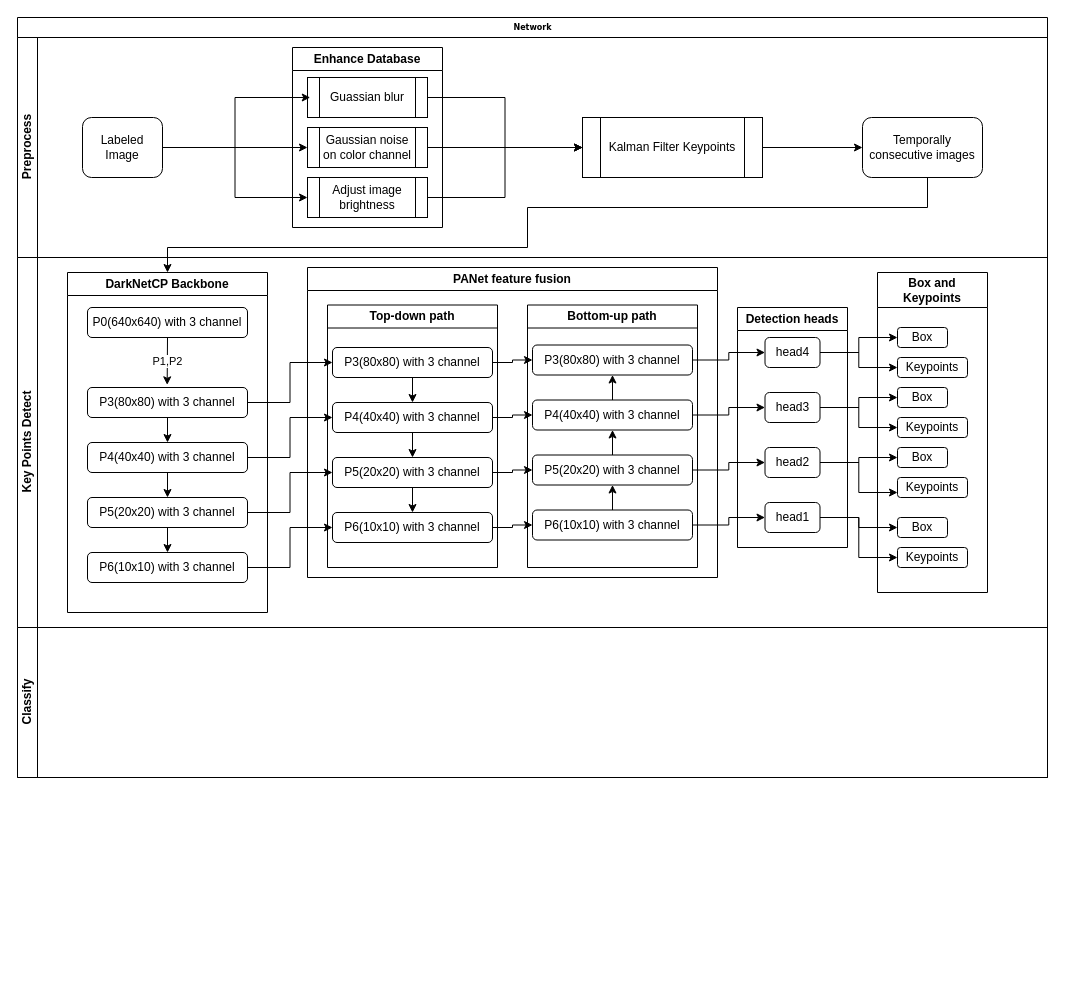
onemotre/HumanPoseClassify keeps this draw.io diagram as NetDesign.drawio. Above is the earlier version. Source tidied: cells renumbered, new cells numbered last; positions are measured from the earlier drawing's top-left corner, leaving out a move shared by most shapes. Both pictures are drawn from the tidied source at 100%, with x=0, y=0 at pixel (17, 17).
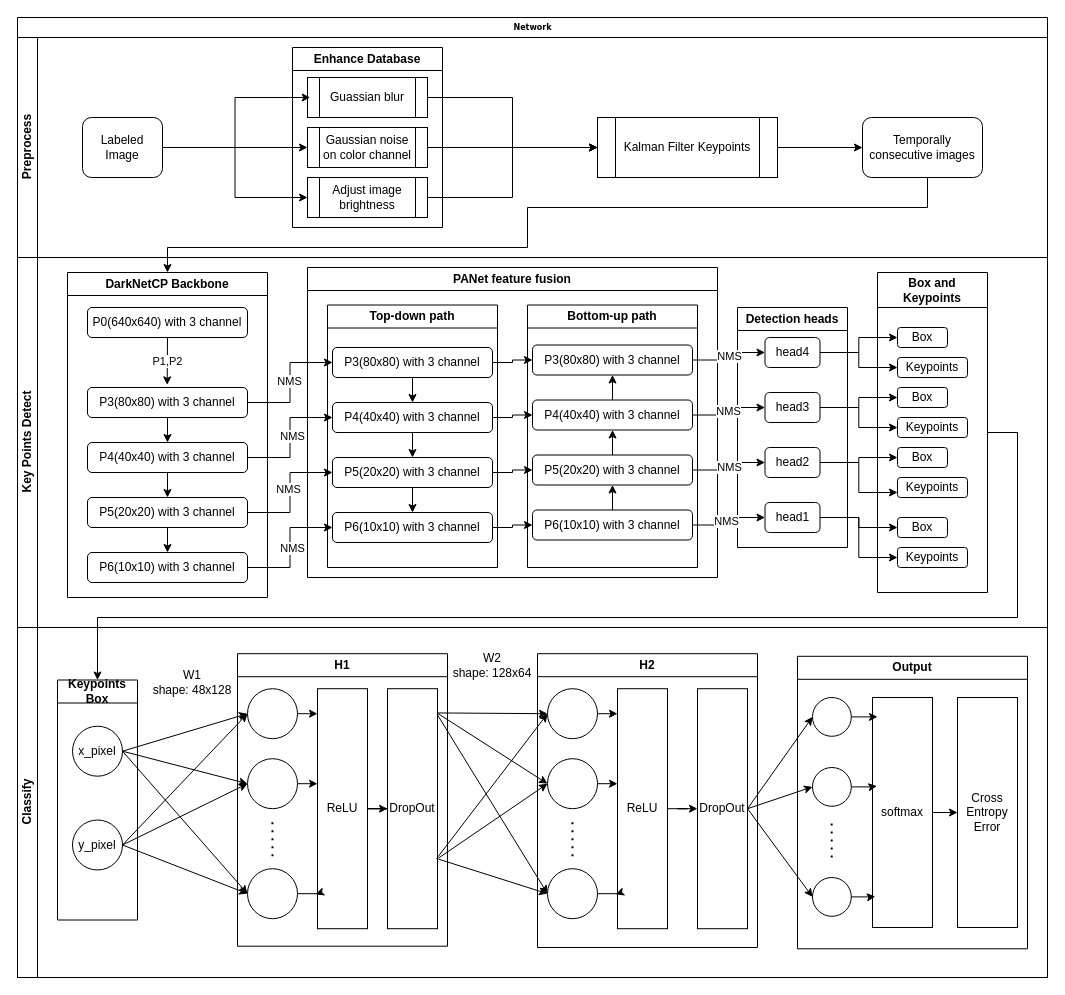
The same page after the edit.

Unchanged cells that the change refers to:
```xml
<mxCell id="3" value="Preprocess" style="swimlane;html=1;startSize=20;horizontal=0;" parent="2" vertex="1">
  <mxGeometry y="20" width="1030" height="220" as="geometry" />
</mxCell>
<mxCell id="17" value="&lt;span lang=&quot;en&quot; class=&quot;HwtZe&quot;&gt;&lt;span class=&quot;jCAhz ChMk0b&quot;&gt;&lt;span class=&quot;ryNqvb&quot;&gt;Temporally consecutive images&lt;/span&gt;&lt;/span&gt;&lt;/span&gt;" style="rounded=1;whiteSpace=wrap;html=1;" parent="3" vertex="1">
  <mxGeometry x="845" y="80" width="120" height="60" as="geometry" />
</mxCell>
<mxCell id="18" value="Key Points Detect" style="swimlane;html=1;startSize=20;horizontal=0;" parent="2" vertex="1">
  <mxGeometry y="240" width="1030" height="370" as="geometry" />
</mxCell>
<mxCell id="51" style="edgeStyle=orthogonalEdgeStyle;rounded=0;jettySize=auto;html=1;entryX=0;entryY=0.5;entryDx=0;entryDy=0;" parent="18" edge="1" source="22" target="33">
  <mxGeometry relative="1" as="geometry" />
</mxCell>
<mxCell id="52" style="edgeStyle=orthogonalEdgeStyle;rounded=0;jettySize=auto;html=1;exitX=1;exitY=0.5;exitDx=0;exitDy=0;entryX=0;entryY=0.5;entryDx=0;entryDy=0;" parent="18" edge="1" source="26" target="35">
  <mxGeometry relative="1" as="geometry" />
</mxCell>
<mxCell id="53" style="edgeStyle=orthogonalEdgeStyle;rounded=0;jettySize=auto;html=1;exitX=1;exitY=0.5;exitDx=0;exitDy=0;entryX=0;entryY=0.5;entryDx=0;entryDy=0;" parent="18" edge="1" source="28" target="37">
  <mxGeometry relative="1" as="geometry" />
</mxCell>
<mxCell id="54" style="edgeStyle=orthogonalEdgeStyle;rounded=0;jettySize=auto;html=1;exitX=1;exitY=0.5;exitDx=0;exitDy=0;entryX=0;entryY=0.5;entryDx=0;entryDy=0;" parent="18" edge="1" source="29" target="38">
  <mxGeometry relative="1" as="geometry" />
</mxCell>
<mxCell id="60" value="Box and Keypoints" style="swimlane;whiteSpace=wrap;html=1;startSize=35;" parent="18" vertex="1">
  <mxGeometry x="860" y="15" width="110" height="320" as="geometry" />
</mxCell>
<mxCell id="77" style="edgeStyle=orthogonalEdgeStyle;rounded=0;jettySize=auto;html=1;" parent="18" edge="1" source="40" target="56">
  <mxGeometry relative="1" as="geometry" />
</mxCell>
<mxCell id="78" style="edgeStyle=orthogonalEdgeStyle;rounded=0;jettySize=auto;html=1;entryX=0;entryY=0.5;entryDx=0;entryDy=0;" parent="18" edge="1" source="42" target="57">
  <mxGeometry relative="1" as="geometry" />
</mxCell>
<mxCell id="79" style="edgeStyle=orthogonalEdgeStyle;rounded=0;jettySize=auto;html=1;entryX=0;entryY=0.5;entryDx=0;entryDy=0;" parent="18" edge="1" source="44" target="58">
  <mxGeometry relative="1" as="geometry" />
</mxCell>
<mxCell id="80" style="edgeStyle=orthogonalEdgeStyle;rounded=0;jettySize=auto;html=1;" parent="18" edge="1" source="46" target="59">
  <mxGeometry relative="1" as="geometry" />
</mxCell>
```

What changed in the source:
```diff
@@
     <mxCell id="2" value="Network" style="swimlane;html=1;horizontal=1;startSize=20;rounded=0;shadow=0;labelBackgroundColor=none;strokeWidth=1;fontFamily=Verdana;fontSize=8;align=center;" parent="1" vertex="1">
-      <mxGeometry width="1030" height="760" as="geometry" />
+      <mxGeometry width="1030" height="960" as="geometry" />
     </mxCell>
@@
     <mxCell id="8" value="Kalman Filter Keypoints" style="shape=process;whiteSpace=wrap;html=1;backgroundOutline=1;" parent="3" vertex="1">
-      <mxGeometry x="565" y="80" width="180" height="60" as="geometry" />
+      <mxGeometry x="580" y="80" width="180" height="60" as="geometry" />
     </mxCell>
@@
     <mxCell id="19" value="DarkNetCP Backbone" style="swimlane;whiteSpace=wrap;html=1;" parent="18" vertex="1">
-      <mxGeometry x="50" y="15" width="200" height="340" as="geometry" />
+      <mxGeometry x="50" y="15" width="200" height="325" as="geometry" />
     </mxCell>
@@
+    <mxCell id="83" value="NMS" style="edgeLabel;html=1;align=center;verticalAlign=middle;" parent="51" vertex="1">
+      <mxGeometry x="0.03" y="1" relative="1" as="geometry" />
+    </mxCell>
@@
+    <mxCell id="84" value="NMS" style="edgeLabel;html=1;align=center;verticalAlign=middle;" parent="52" vertex="1">
+      <mxGeometry x="0.02" y="-2" relative="1" as="geometry" />
+    </mxCell>
@@
+    <mxCell id="85" value="NMS" style="edgeLabel;html=1;align=center;verticalAlign=middle;" parent="53" vertex="1">
+      <mxGeometry x="0.05" y="2" relative="1" as="geometry" />
+    </mxCell>
@@
+    <mxCell id="86" value="NMS" style="edgeLabel;html=1;align=center;verticalAlign=middle;" parent="54" vertex="1">
+      <mxGeometry x="-0.01" y="-2" relative="1" as="geometry" />
+    </mxCell>
@@
+    <mxCell id="87" value="NMS" style="edgeLabel;html=1;align=center;verticalAlign=middle;" parent="77" vertex="1">
+      <mxGeometry x="0.01" relative="1" as="geometry" />
+    </mxCell>
@@
+    <mxCell id="88" value="NMS" style="edgeLabel;html=1;align=center;verticalAlign=middle;" parent="78" vertex="1">
+      <mxGeometry y="1" relative="1" as="geometry" />
+    </mxCell>
@@
+    <mxCell id="89" value="NMS" style="edgeLabel;html=1;align=center;verticalAlign=middle;" parent="79" vertex="1">
+      <mxGeometry x="-0.03" relative="1" as="geometry" />
+    </mxCell>
@@
+    <mxCell id="90" value="NMS" style="edgeLabel;html=1;align=center;verticalAlign=middle;" parent="80" vertex="1">
+      <mxGeometry x="-0.01" y="3" relative="1" as="geometry" />
+    </mxCell>
+    <mxCell id="82" style="edgeStyle=orthogonalEdgeStyle;rounded=0;jettySize=auto;html=1;entryX=0.5;entryY=0;entryDx=0;entryDy=0;exitX=0.5;exitY=1;exitDx=0;exitDy=0;" parent="2" edge="1" source="17" target="19">
+      <mxGeometry relative="1" as="geometry">
+        <Array as="points">
+          <mxPoint x="910" y="160" />
+          <mxPoint x="910" y="190" />
+          <mxPoint x="510" y="190" />
+          <mxPoint x="510" y="230" />
+          <mxPoint x="150" y="230" />
+        </Array>
+      </mxGeometry>
+    </mxCell>
     <mxCell id="81" value="Classify" style="swimlane;html=1;startSize=20;horizontal=0;" parent="2" vertex="1">
-      <mxGeometry y="610" width="1030" height="150" as="geometry" />
+      <mxGeometry y="610" width="1030" height="350" as="geometry" />
     </mxCell>
-    <mxCell id="82" style="edgeStyle=orthogonalEdgeStyle;rounded=0;jettySize=auto;html=1;entryX=0.5;entryY=0;entryDx=0;entryDy=0;exitX=0.5;exitY=1;exitDx=0;exitDy=0;" parent="2" edge="1" source="17" target="19">
-      <mxGeometry relative="1" as="geometry">
-        <Array as="points">
-          <mxPoint x="910" y="160" />
-          <mxPoint x="910" y="190" />
-          <mxPoint x="510" y="190" />
-          <mxPoint x="510" y="230" />
-          <mxPoint x="150" y="230" />
-        </Array>
-      </mxGeometry>
-    </mxCell>
+    <mxCell id="91" value="&lt;div&gt;H1&lt;/div&gt;" style="swimlane;whiteSpace=wrap;html=1;" parent="81" vertex="1">
+      <mxGeometry x="220" y="26.2" width="210" height="292.5" as="geometry" />
+    </mxCell>
+    <mxCell id="92" style="ellipse;whiteSpace=wrap;html=1;" parent="91" vertex="1">
+      <mxGeometry x="10" y="35" width="50" height="50" as="geometry" />
+    </mxCell>
+    <mxCell id="93" style="ellipse;whiteSpace=wrap;html=1;" parent="91" vertex="1">
+      <mxGeometry x="10" y="105" width="50" height="50" as="geometry" />
+    </mxCell>
+    <mxCell id="94" style="endArrow=none;dashed=1;html=1;dashPattern=1 3;strokeWidth=2;rounded=0;" parent="91" edge="1">
+      <mxGeometry relative="1" as="geometry">
+        <mxPoint x="35" y="202.5" as="sourcePoint" />
+        <mxPoint x="34.8" y="162.5" as="targetPoint" />
+        <Array as="points">
+          <mxPoint x="35" y="172.5" />
+        </Array>
+      </mxGeometry>
+    </mxCell>
+    <mxCell id="95" style="ellipse;whiteSpace=wrap;html=1;" parent="91" vertex="1">
+      <mxGeometry x="10" y="215" width="50" height="50" as="geometry" />
+    </mxCell>
+    <mxCell id="96" style="edgeStyle=orthogonalEdgeStyle;rounded=0;jettySize=auto;html=1;" parent="91" edge="1" source="97" target="101">
+      <mxGeometry relative="1" as="geometry" />
+    </mxCell>
+    <mxCell id="97" value="ReLU" style="rounded=0;whiteSpace=wrap;html=1;" parent="91" vertex="1">
+      <mxGeometry x="80" y="35" width="50" height="240" as="geometry" />
+    </mxCell>
+    <mxCell id="98" style="edgeStyle=orthogonalEdgeStyle;rounded=0;jettySize=auto;html=1;entryX=-0.01;entryY=0.107;entryDx=0;entryDy=0;entryPerimeter=0;" parent="91" edge="1" source="92" target="97">
+      <mxGeometry relative="1" as="geometry" />
+    </mxCell>
+    <mxCell id="99" style="edgeStyle=orthogonalEdgeStyle;rounded=0;jettySize=auto;html=1;exitX=1;exitY=0.5;exitDx=0;exitDy=0;entryX=0;entryY=0.397;entryDx=0;entryDy=0;entryPerimeter=0;" parent="91" edge="1" source="93" target="97">
+      <mxGeometry relative="1" as="geometry" />
+    </mxCell>
+    <mxCell id="100" style="edgeStyle=orthogonalEdgeStyle;rounded=0;jettySize=auto;html=1;entryX=-0.038;entryY=0.857;entryDx=0;entryDy=0;entryPerimeter=0;" parent="91" edge="1" source="95" target="97">
+      <mxGeometry relative="1" as="geometry" />
+    </mxCell>
+    <mxCell id="101" value="DropOut" style="rounded=0;whiteSpace=wrap;html=1;" parent="91" vertex="1">
+      <mxGeometry x="150" y="35" width="50" height="240" as="geometry" />
+    </mxCell>
+    <mxCell id="102" style="endArrow=classic;html=1;rounded=0;exitX=1;exitY=0.5;exitDx=0;exitDy=0;entryX=0;entryY=0.5;entryDx=0;entryDy=0;" parent="81" edge="1" source="106" target="92">
+      <mxGeometry relative="1" as="geometry" />
+    </mxCell>
+    <mxCell id="103" style="endArrow=classic;html=1;rounded=0;exitX=1;exitY=0.5;exitDx=0;exitDy=0;entryX=0;entryY=0.5;entryDx=0;entryDy=0;" parent="81" edge="1" source="106" target="93">
+      <mxGeometry relative="1" as="geometry" />
+    </mxCell>
+    <mxCell id="104" style="endArrow=classic;html=1;rounded=0;exitX=1;exitY=0.5;exitDx=0;exitDy=0;entryX=0;entryY=0.5;entryDx=0;entryDy=0;" parent="81" edge="1" source="106" target="95">
+      <mxGeometry relative="1" as="geometry" />
+    </mxCell>
+    <mxCell id="105" value="Keypoints Box" style="swimlane;whiteSpace=wrap;html=1;" parent="81" vertex="1">
+      <mxGeometry x="40" y="52.5" width="80" height="240" as="geometry" />
+    </mxCell>
+    <mxCell id="106" value="x_pixel" style="ellipse;whiteSpace=wrap;html=1;" parent="105" vertex="1">
+      <mxGeometry x="15" y="46.2" width="50" height="50" as="geometry" />
+    </mxCell>
+    <mxCell id="107" value="y_pixel" style="ellipse;whiteSpace=wrap;html=1;" parent="105" vertex="1">
+      <mxGeometry x="15" y="140" width="50" height="50" as="geometry" />
+    </mxCell>
+    <mxCell id="108" value="&lt;div&gt;W1&lt;/div&gt;&lt;div&gt;shape: 48x128&lt;br&gt;&lt;/div&gt;" style="text;html=1;align=center;verticalAlign=middle;whiteSpace=wrap;rounded=0;" parent="81" vertex="1">
+      <mxGeometry x="130" y="40" width="90" height="30" as="geometry" />
+    </mxCell>
+    <mxCell id="109" style="endArrow=classic;html=1;rounded=0;exitX=1;exitY=0.5;exitDx=0;exitDy=0;entryX=0;entryY=0.5;entryDx=0;entryDy=0;" parent="81" edge="1" source="107" target="92">
+      <mxGeometry relative="1" as="geometry" />
+    </mxCell>
+    <mxCell id="110" style="endArrow=classic;html=1;rounded=0;exitX=1;exitY=0.5;exitDx=0;exitDy=0;entryX=0;entryY=0.5;entryDx=0;entryDy=0;" parent="81" edge="1" source="107" target="93">
+      <mxGeometry relative="1" as="geometry" />
+    </mxCell>
+    <mxCell id="111" style="endArrow=classic;html=1;rounded=0;exitX=1;exitY=0.5;exitDx=0;exitDy=0;entryX=0;entryY=0.5;entryDx=0;entryDy=0;" parent="81" edge="1" source="107" target="95">
+      <mxGeometry relative="1" as="geometry" />
+    </mxCell>
+    <mxCell id="112" value="H2" style="swimlane;whiteSpace=wrap;html=1;" parent="81" vertex="1">
+      <mxGeometry x="520" y="26.2" width="220" height="293.8" as="geometry" />
+    </mxCell>
+    <mxCell id="113" style="ellipse;whiteSpace=wrap;html=1;" parent="112" vertex="1">
+      <mxGeometry x="10" y="35" width="50" height="50" as="geometry" />
+    </mxCell>
+    <mxCell id="114" style="ellipse;whiteSpace=wrap;html=1;" parent="112" vertex="1">
+      <mxGeometry x="10" y="105" width="50" height="50" as="geometry" />
+    </mxCell>
+    <mxCell id="115" style="endArrow=none;dashed=1;html=1;dashPattern=1 3;strokeWidth=2;rounded=0;" parent="112" edge="1">
+      <mxGeometry relative="1" as="geometry">
+        <mxPoint x="35" y="202.5" as="sourcePoint" />
+        <mxPoint x="34.8" y="162.5" as="targetPoint" />
+        <Array as="points">
+          <mxPoint x="35" y="172.5" />
+        </Array>
+      </mxGeometry>
+    </mxCell>
+    <mxCell id="116" style="ellipse;whiteSpace=wrap;html=1;" parent="112" vertex="1">
+      <mxGeometry x="10" y="215" width="50" height="50" as="geometry" />
+    </mxCell>
+    <mxCell id="117" style="edgeStyle=orthogonalEdgeStyle;rounded=0;jettySize=auto;html=1;" parent="112" edge="1" source="118" target="122">
+      <mxGeometry relative="1" as="geometry" />
+    </mxCell>
+    <mxCell id="118" value="ReLU" style="rounded=0;whiteSpace=wrap;html=1;" parent="112" vertex="1">
+      <mxGeometry x="80" y="35" width="50" height="240" as="geometry" />
+    </mxCell>
+    <mxCell id="119" style="edgeStyle=orthogonalEdgeStyle;rounded=0;jettySize=auto;html=1;entryX=-0.01;entryY=0.107;entryDx=0;entryDy=0;entryPerimeter=0;" parent="112" edge="1" source="113" target="118">
+      <mxGeometry relative="1" as="geometry" />
+    </mxCell>
+    <mxCell id="120" style="edgeStyle=orthogonalEdgeStyle;rounded=0;jettySize=auto;html=1;exitX=1;exitY=0.5;exitDx=0;exitDy=0;entryX=0;entryY=0.397;entryDx=0;entryDy=0;entryPerimeter=0;" parent="112" edge="1" source="114" target="118">
+      <mxGeometry relative="1" as="geometry" />
+    </mxCell>
+    <mxCell id="121" style="edgeStyle=orthogonalEdgeStyle;rounded=0;jettySize=auto;html=1;entryX=-0.038;entryY=0.857;entryDx=0;entryDy=0;entryPerimeter=0;" parent="112" edge="1" source="116" target="118">
+      <mxGeometry relative="1" as="geometry" />
+    </mxCell>
+    <mxCell id="122" value="DropOut" style="rounded=0;whiteSpace=wrap;html=1;" parent="112" vertex="1">
+      <mxGeometry x="160" y="35" width="50" height="240" as="geometry" />
+    </mxCell>
+    <mxCell id="123" style="endArrow=classic;html=1;rounded=0;exitX=1.01;exitY=0.101;exitDx=0;exitDy=0;exitPerimeter=0;entryX=0;entryY=0.5;entryDx=0;entryDy=0;" parent="81" edge="1" source="101" target="113">
+      <mxGeometry relative="1" as="geometry" />
+    </mxCell>
+    <mxCell id="124" style="endArrow=classic;html=1;rounded=0;exitX=0.99;exitY=0.101;exitDx=0;exitDy=0;exitPerimeter=0;entryX=0;entryY=0.5;entryDx=0;entryDy=0;" parent="81" edge="1" source="101" target="114">
+      <mxGeometry relative="1" as="geometry" />
+    </mxCell>
+    <mxCell id="125" style="endArrow=classic;html=1;rounded=0;entryX=0;entryY=0.5;entryDx=0;entryDy=0;exitX=1;exitY=0.109;exitDx=0;exitDy=0;exitPerimeter=0;" parent="81" edge="1" source="101" target="116">
+      <mxGeometry relative="1" as="geometry" />
+    </mxCell>
+    <mxCell id="126" style="endArrow=classic;html=1;rounded=0;entryX=0;entryY=0.5;entryDx=0;entryDy=0;exitX=1.019;exitY=0.706;exitDx=0;exitDy=0;exitPerimeter=0;" parent="81" edge="1" source="101" target="114">
+      <mxGeometry relative="1" as="geometry" />
+    </mxCell>
+    <mxCell id="127" style="endArrow=classic;html=1;rounded=0;entryX=0;entryY=0.5;entryDx=0;entryDy=0;exitX=1.019;exitY=0.71;exitDx=0;exitDy=0;exitPerimeter=0;" parent="81" edge="1" source="101" target="116">
+      <mxGeometry relative="1" as="geometry" />
+    </mxCell>
+    <mxCell id="128" value="&lt;div&gt;W2&lt;/div&gt;&lt;div&gt;shape: 128x64&lt;br&gt;&lt;/div&gt;" style="text;html=1;align=center;verticalAlign=middle;whiteSpace=wrap;rounded=0;" parent="81" vertex="1">
+      <mxGeometry x="430" y="22.5" width="90" height="30" as="geometry" />
+    </mxCell>
+    <mxCell id="129" style="endArrow=classic;html=1;rounded=0;entryX=0;entryY=0.5;entryDx=0;entryDy=0;exitX=0.981;exitY=0.708;exitDx=0;exitDy=0;exitPerimeter=0;" parent="81" edge="1" source="101" target="113">
+      <mxGeometry relative="1" as="geometry" />
+    </mxCell>
+    <mxCell id="130" value="Output" style="swimlane;whiteSpace=wrap;html=1;" parent="81" vertex="1">
+      <mxGeometry x="780" y="28.8" width="230" height="292.5" as="geometry" />
+    </mxCell>
+    <mxCell id="131" style="ellipse;whiteSpace=wrap;html=1;" parent="130" vertex="1">
+      <mxGeometry x="15" y="41.2" width="38.8" height="38.8" as="geometry" />
+    </mxCell>
+    <mxCell id="132" style="ellipse;whiteSpace=wrap;html=1;" parent="130" vertex="1">
+      <mxGeometry x="15" y="111.2" width="38.8" height="38.8" as="geometry" />
+    </mxCell>
+    <mxCell id="133" style="ellipse;whiteSpace=wrap;html=1;" parent="130" vertex="1">
+      <mxGeometry x="15" y="221.2" width="38.8" height="38.8" as="geometry" />
+    </mxCell>
+    <mxCell id="134" style="endArrow=none;dashed=1;html=1;dashPattern=1 3;strokeWidth=2;rounded=0;" parent="130" edge="1">
+      <mxGeometry relative="1" as="geometry">
+        <mxPoint x="34.2" y="201.2" as="sourcePoint" />
+        <mxPoint x="34" y="161.2" as="targetPoint" />
+        <Array as="points">
+          <mxPoint x="34.2" y="171.2" />
+        </Array>
+      </mxGeometry>
+    </mxCell>
+    <mxCell id="135" style="edgeStyle=orthogonalEdgeStyle;rounded=0;jettySize=auto;html=1;entryX=0;entryY=0.5;entryDx=0;entryDy=0;" parent="130" edge="1" source="136" target="137">
+      <mxGeometry relative="1" as="geometry" />
+    </mxCell>
+    <mxCell id="136" value="softmax" style="rounded=0;whiteSpace=wrap;html=1;" parent="130" vertex="1">
+      <mxGeometry x="75" y="41.2" width="60" height="230" as="geometry" />
+    </mxCell>
+    <mxCell id="137" value="Cross Entropy Error" style="rounded=0;whiteSpace=wrap;html=1;" parent="130" vertex="1">
+      <mxGeometry x="160" y="41.2" width="60" height="230" as="geometry" />
+    </mxCell>
+    <mxCell id="138" style="edgeStyle=orthogonalEdgeStyle;rounded=0;jettySize=auto;html=1;entryX=0.083;entryY=0.084;entryDx=0;entryDy=0;entryPerimeter=0;" parent="130" edge="1" source="131" target="136">
+      <mxGeometry relative="1" as="geometry" />
+    </mxCell>
+    <mxCell id="139" style="edgeStyle=orthogonalEdgeStyle;rounded=0;jettySize=auto;html=1;entryX=0.073;entryY=0.385;entryDx=0;entryDy=0;entryPerimeter=0;" parent="130" edge="1" source="132" target="136">
+      <mxGeometry relative="1" as="geometry" />
+    </mxCell>
+    <mxCell id="140" style="edgeStyle=orthogonalEdgeStyle;rounded=0;jettySize=auto;html=1;entryX=0.047;entryY=0.865;entryDx=0;entryDy=0;entryPerimeter=0;" parent="130" edge="1" source="133" target="136">
+      <mxGeometry relative="1" as="geometry" />
+    </mxCell>
+    <mxCell id="141" style="endArrow=classic;html=1;rounded=0;exitX=1;exitY=0.5;exitDx=0;exitDy=0;entryX=0;entryY=0.5;entryDx=0;entryDy=0;" parent="81" edge="1" source="122" target="131">
+      <mxGeometry relative="1" as="geometry" />
+    </mxCell>
+    <mxCell id="142" style="endArrow=classic;html=1;rounded=0;exitX=1;exitY=0.5;exitDx=0;exitDy=0;entryX=0;entryY=0.5;entryDx=0;entryDy=0;" parent="81" edge="1" source="122" target="132">
+      <mxGeometry relative="1" as="geometry" />
+    </mxCell>
+    <mxCell id="143" style="endArrow=classic;html=1;rounded=0;exitX=1;exitY=0.5;exitDx=0;exitDy=0;entryX=0;entryY=0.5;entryDx=0;entryDy=0;" parent="81" edge="1" source="122" target="133">
+      <mxGeometry relative="1" as="geometry" />
+    </mxCell>
+    <mxCell id="144" style="edgeStyle=orthogonalEdgeStyle;rounded=0;jettySize=auto;html=1;entryX=0.5;entryY=0;entryDx=0;entryDy=0;" parent="2" edge="1" source="60" target="105">
+      <mxGeometry relative="1" as="geometry">
+        <Array as="points">
+          <mxPoint x="1000" y="415" />
+          <mxPoint x="1000" y="600" />
+          <mxPoint x="80" y="600" />
+        </Array>
+      </mxGeometry>
+    </mxCell>
```
